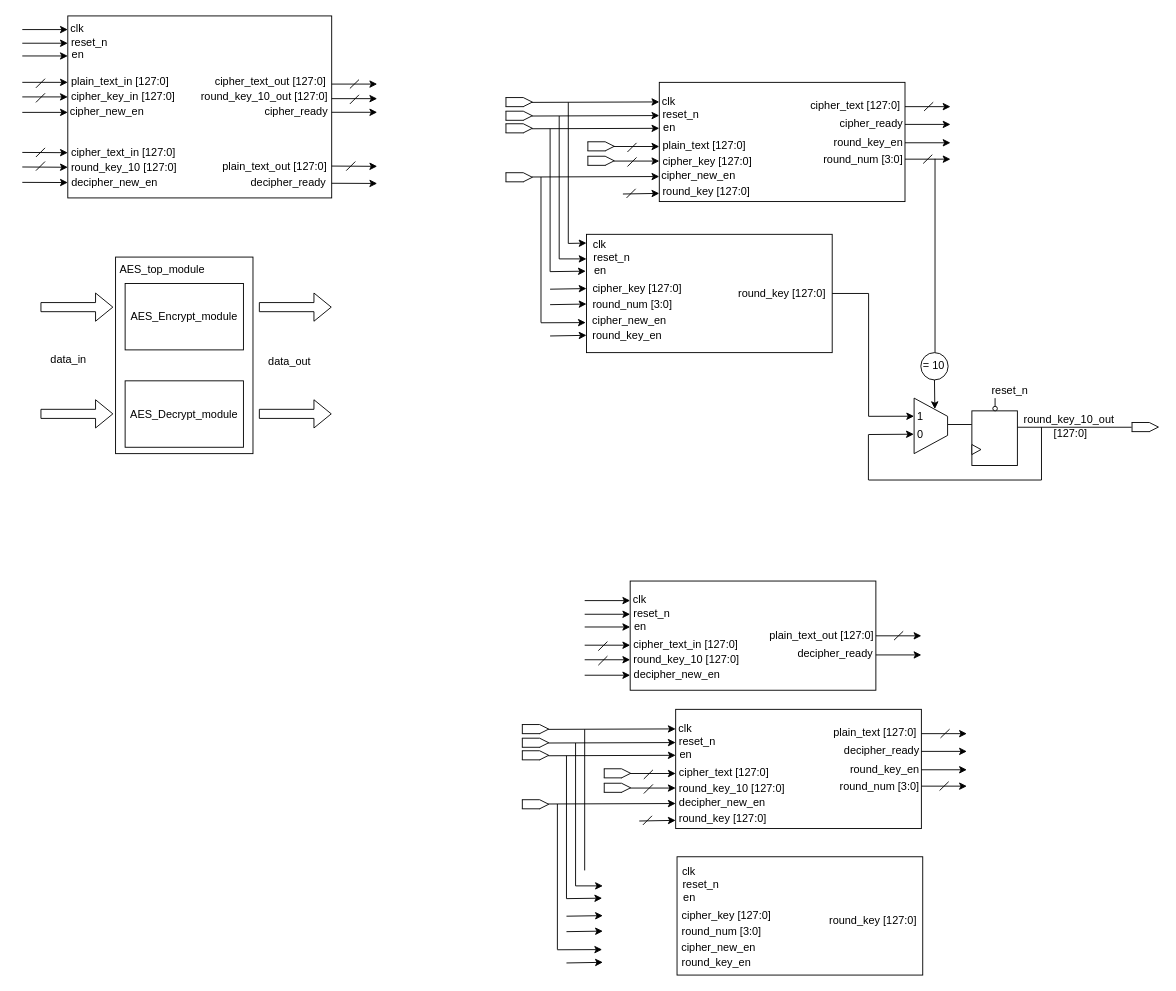
toanpm1011/Do_an_tot_nghiep keeps this draw.io diagram as page "module_diagram" (1 of 7) of Image/doan.drawio. Above is the earlier version. Source tidied: cells renumbered, new cells numbered last; positions are measured from the earlier drawing's top-left corner, leaving out a move shared by most shapes. Both pictures are drawn from the tidied source at 91%, with x=0, y=0 at pixel (22, 15).
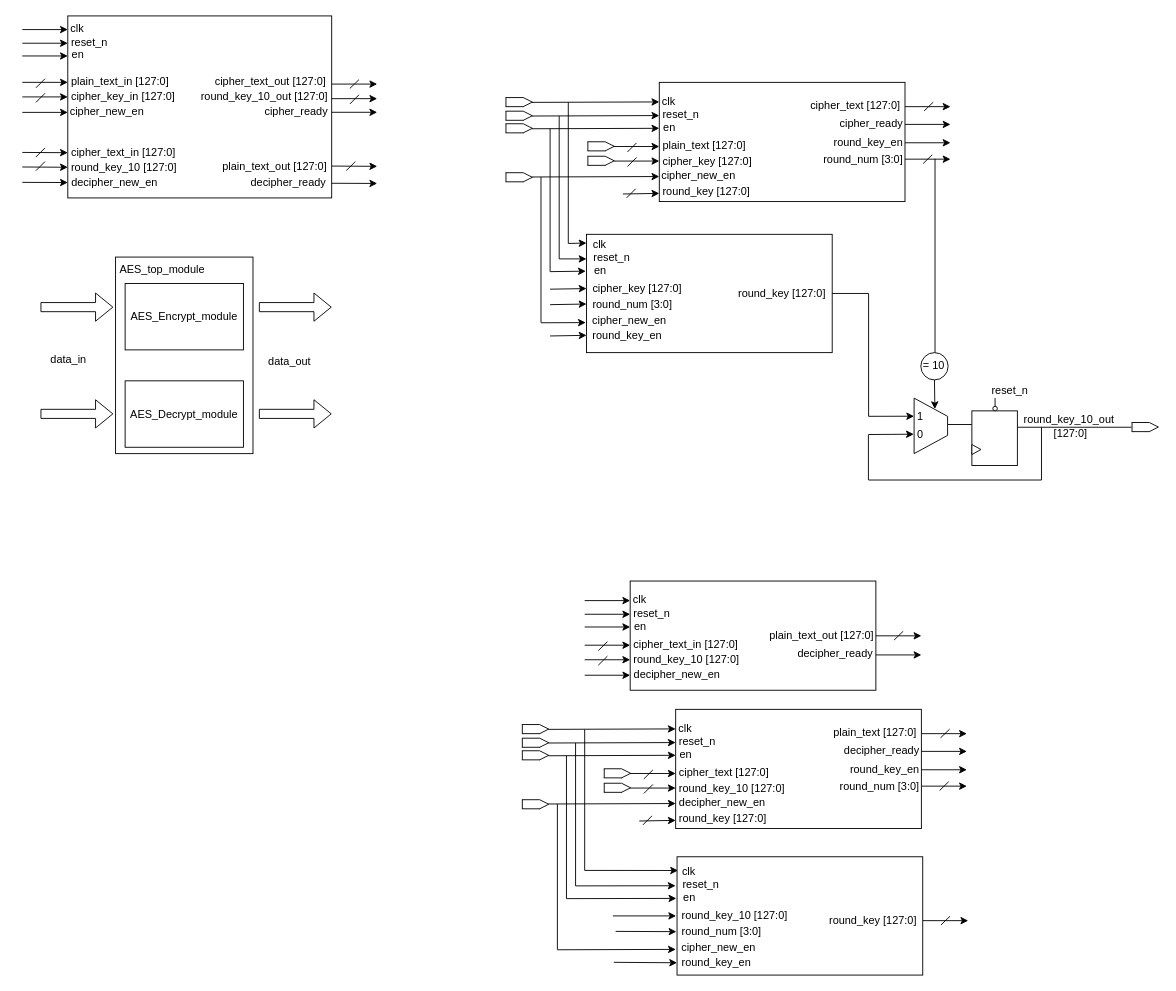
The same diagram, later.

Unchanged cells that the change refers to:
```xml
<mxCell id="192" style="rounded=0;whiteSpace=wrap;html=1;fillColor=default;" parent="1" vertex="1">
  <mxGeometry x="719.5" y="924" width="270" height="130" as="geometry" />
</mxCell>
```

What changed in the source:
```diff
@@
-    <mxCell id="200" value="cipher_key [127:0]" style="text;html=1;strokeColor=none;fillColor=none;align=left;verticalAlign=middle;whiteSpace=wrap;rounded=0;" parent="1" vertex="1">
-      <mxGeometry x="723" y="979" width="118.5" height="20" as="geometry" />
+    <mxCell id="200" value="round_key_10 [127:0]" style="text;html=1;strokeColor=none;fillColor=none;align=left;verticalAlign=middle;whiteSpace=wrap;rounded=0;" parent="1" vertex="1">
+      <mxGeometry x="723" y="979" width="123" height="20" as="geometry" />
     </mxCell>
@@
-    <mxCell id="209" style="endArrow=classic;html=1;rounded=0;entryX=-0.003;entryY=0.304;entryDx=0;entryDy=0;entryPerimeter=0;endFill=1;" parent="1" edge="1">
+    <mxCell id="209" style="endArrow=classic;html=1;rounded=0;entryX=-0.003;entryY=0.352;entryDx=0;entryDy=0;entryPerimeter=0;endFill=1;" parent="1" edge="1" target="192">
       <mxGeometry relative="1" as="geometry">
         <mxPoint x="598" y="970" as="sourcePoint" />
-        <mxPoint x="637.2" y="969.5" as="targetPoint" />
       </mxGeometry>
     </mxCell>
-    <mxCell id="210" style="endArrow=classic;html=1;rounded=0;entryX=-0.003;entryY=0.304;entryDx=0;entryDy=0;entryPerimeter=0;endFill=1;" parent="1" edge="1">
+    <mxCell id="210" style="endArrow=classic;html=1;rounded=0;entryX=-0.006;entryY=0.245;entryDx=0;entryDy=0;entryPerimeter=0;endFill=1;" parent="1" edge="1" target="192">
       <mxGeometry relative="1" as="geometry">
         <mxPoint x="608" y="956" as="sourcePoint" />
-        <mxPoint x="638" y="956" as="targetPoint" />
       </mxGeometry>
     </mxCell>
-    <mxCell id="211" style="endArrow=classic;html=1;rounded=0;entryX=0;entryY=0.2;entryDx=0;entryDy=0;entryPerimeter=0;" parent="1" edge="1">
+    <mxCell id="211" style="endArrow=classic;html=1;rounded=0;entryX=0;entryY=0.896;entryDx=0;entryDy=0;entryPerimeter=0;" parent="1" edge="1" target="192">
       <mxGeometry relative="1" as="geometry">
-        <mxPoint x="598" y="1040.7" as="sourcePoint" />
-        <mxPoint x="638" y="1040" as="targetPoint" />
+        <mxPoint x="650" y="1040" as="sourcePoint" />
       </mxGeometry>
     </mxCell>
@@
-    <mxCell id="213" style="endArrow=classic;html=1;rounded=0;entryX=-0.003;entryY=0.727;entryDx=0;entryDy=0;entryPerimeter=0;endFill=1;" parent="1" edge="1">
+    <mxCell id="213" style="endArrow=classic;html=1;rounded=0;entryX=-0.005;entryY=0.783;entryDx=0;entryDy=0;entryPerimeter=0;endFill=1;" parent="1" edge="1" target="192">
       <mxGeometry relative="1" as="geometry">
         <mxPoint x="588" y="1026.2" as="sourcePoint" />
-        <mxPoint x="637.2" y="1026" as="targetPoint" />
       </mxGeometry>
     </mxCell>
-    <mxCell id="214" style="endArrow=classic;html=1;rounded=0;entryX=0;entryY=0.2;entryDx=0;entryDy=0;entryPerimeter=0;" parent="1" edge="1">
+    <mxCell id="214" style="endArrow=classic;html=1;rounded=0;entryX=-0.01;entryY=0.633;entryDx=0;entryDy=0;entryPerimeter=0;" parent="1" edge="1">
       <mxGeometry relative="1" as="geometry">
-        <mxPoint x="598" y="1006.3" as="sourcePoint" />
-        <mxPoint x="638" y="1005.7" as="targetPoint" />
+        <mxPoint x="652" y="1006" as="sourcePoint" />
+        <mxPoint x="718.8" y="1006.3" as="targetPoint" />
       </mxGeometry>
     </mxCell>
-    <mxCell id="215" style="endArrow=classic;html=1;rounded=0;entryX=0;entryY=0.2;entryDx=0;entryDy=0;entryPerimeter=0;" parent="1" edge="1">
+    <mxCell id="215" style="endArrow=classic;html=1;rounded=0;entryX=0;entryY=0.5;entryDx=0;entryDy=0;" parent="1" edge="1">
       <mxGeometry relative="1" as="geometry">
-        <mxPoint x="598" y="989.3" as="sourcePoint" />
-        <mxPoint x="638" y="988.7" as="targetPoint" />
+        <mxPoint x="649" y="989" as="sourcePoint" />
+        <mxPoint x="718.5" y="989" as="targetPoint" />
       </mxGeometry>
     </mxCell>
@@
+    <mxCell id="249" style="endArrow=classic;html=1;rounded=0;entryX=0.004;entryY=0.116;entryDx=0;entryDy=0;entryPerimeter=0;" parent="1" edge="1" target="192">
+      <mxGeometry relative="1" as="geometry">
+        <mxPoint x="618" y="939" as="sourcePoint" />
+      </mxGeometry>
+    </mxCell>
+    <mxCell id="250" style="endArrow=classic;html=1;rounded=0;entryX=0;entryY=0.2;entryDx=0;entryDy=0;entryPerimeter=0;" parent="1" edge="1">
+      <mxGeometry relative="1" as="geometry">
+        <mxPoint x="989.5" y="994.2" as="sourcePoint" />
+        <mxPoint x="1039.5" y="994.2" as="targetPoint" />
+      </mxGeometry>
+    </mxCell>
+    <mxCell id="251" style="endArrow=none;html=1;rounded=0;" parent="1" edge="1">
+      <mxGeometry relative="1" as="geometry">
+        <mxPoint x="1009.5" y="999" as="sourcePoint" />
+        <mxPoint x="1019.5" y="989.3" as="targetPoint" />
+      </mxGeometry>
+    </mxCell>
```
